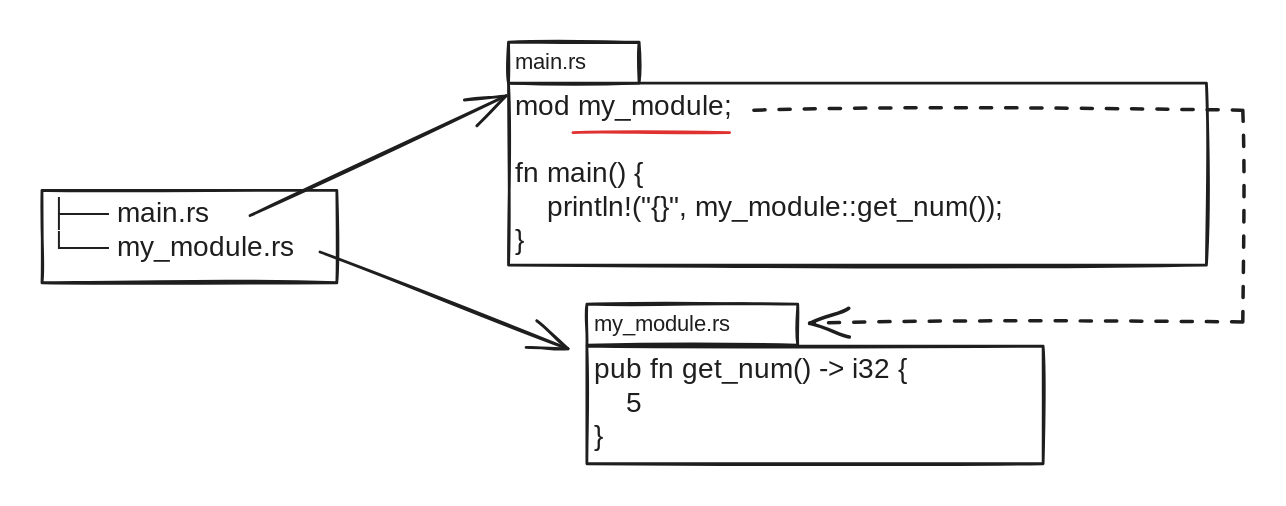
Before: .gitbook/assets/file.excalidraw (1).svg, a diagram exported from Excalidraw (snorochevskiy/inroll-into-rust). Source tidied: one line per element, renumbered; positions are measured from the earlier drawing's top-left corner, leaving out a move shared by most shapes. Source of this version:
```json
{"id": 0, "type": "rectangle", "strokeColor": "#1e1e1e", "strokeWidth": 2, "roughness": 1, "x": 0, "y": 106, "width": 211, "height": 66}
{"id": 1, "type": "text", "text": "├── main.rs\n└── my_module.rs", "strokeColor": "#1e1e1e", "strokeWidth": 2, "roughness": 1, "fontSize": 20, "fontFamily": 3, "inside": 0, "x": 5, "y": 111, "width": 188, "height": 48}
{"id": 2, "type": "rectangle", "strokeColor": "#1e1e1e", "strokeWidth": 2, "roughness": 1, "x": 333, "y": 29, "width": 499, "height": 130}
{"id": 3, "type": "text", "text": "mod my_module;\n\nfn main() {\n    println!(\"{}\", my_module::get_num());\n}", "strokeColor": "#1e1e1e", "strokeWidth": 2, "roughness": 1, "fontSize": 20, "fontFamily": 3, "inside": 2, "x": 338, "y": 34, "width": 483, "height": 120}
{"id": 4, "type": "rectangle", "strokeColor": "#1e1e1e", "strokeWidth": 2, "roughness": 1, "x": 389, "y": 217, "width": 326, "height": 84}
{"id": 5, "type": "text", "text": "pub fn get_num() -> i32 {\n    5\n}", "strokeColor": "#1e1e1e", "strokeWidth": 2, "roughness": 1, "fontSize": 20, "fontFamily": 3, "inside": 4, "x": 394, "y": 222, "width": 294, "height": 72}
{"id": 6, "type": "arrow", "strokeColor": "#1e1e1e", "strokeWidth": 2, "roughness": 1, "endArrowhead": "arrow", "to": 2, "x": 149, "y": 124, "width": 183, "height": 86, "points": [[0, 0], [183, -86]]}
{"id": 7, "type": "arrow", "strokeColor": "#1e1e1e", "strokeWidth": 2, "roughness": 1, "endArrowhead": "arrow", "to": 13, "x": 199, "y": 150, "width": 177, "height": 69, "points": [[0, 0], [177, 69]]}
{"id": 8, "type": "line", "strokeColor": "#e03131", "strokeWidth": 2, "roughness": 1, "x": 379, "y": 65, "width": 112, "height": 0, "points": [[0, 0], [112, 0]]}
{"id": 9, "type": "line", "strokeColor": "#1e1e1e", "strokeWidth": 2, "strokeStyle": "dashed", "roughness": 1, "x": 509, "y": 49, "width": 348, "height": 0, "points": [[0, 0], [348, 0]]}
{"id": 10, "type": "arrow", "strokeColor": "#1e1e1e", "strokeWidth": 2, "strokeStyle": "dashed", "roughness": 1, "endArrowhead": "arrow", "from": 2, "to": 13, "x": 858, "y": 49, "width": 310, "height": 152, "points": [[0, 0], [0, 151], [-310, 152]]}
{"id": 11, "type": "rectangle", "strokeColor": "#1e1e1e", "strokeWidth": 2, "roughness": 1, "x": 333, "y": 0, "width": 93, "height": 29}
{"id": 12, "type": "text", "text": "main.rs", "strokeColor": "#1e1e1e", "strokeWidth": 2, "roughness": 1, "fontSize": 16, "fontFamily": 3, "verticalAlign": "middle", "inside": 11, "x": 338, "y": 5, "width": 65, "height": 19}
{"id": 13, "type": "rectangle", "strokeColor": "#1e1e1e", "strokeWidth": 2, "roughness": 1, "x": 389, "y": 187, "width": 151, "height": 29}
{"id": 14, "type": "text", "text": "my_module.rs", "strokeColor": "#1e1e1e", "strokeWidth": 2, "roughness": 1, "fontSize": 16, "fontFamily": 3, "verticalAlign": "middle", "inside": 13, "x": 394, "y": 192, "width": 112, "height": 19}
```
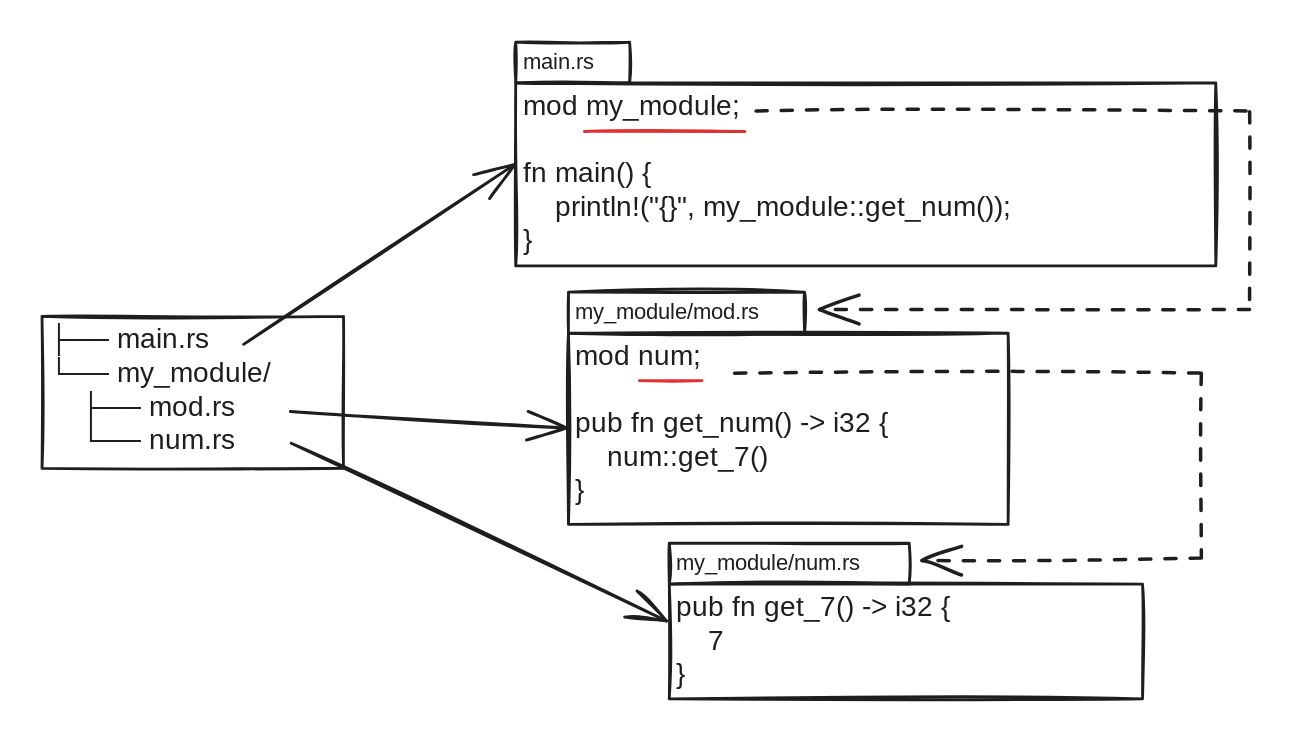
Later version of the same file.

What changed in the source:
```diff
@@ -1,15 +1,23 @@
-{"id": 0, "type": "rectangle", "strokeColor": "#1e1e1e", "strokeWidth": 2, "roughness": 1, "x": 0, "y": 106, "width": 211, "height": 66}
-{"id": 1, "type": "text", "text": "├── main.rs\n└── my_module.rs", "strokeColor": "#1e1e1e", "strokeWidth": 2, "roughness": 1, "fontSize": 20, "fontFamily": 3, "inside": 0, "x": 5, "y": 111, "width": 188, "height": 48}
-{"id": 2, "type": "rectangle", "strokeColor": "#1e1e1e", "strokeWidth": 2, "roughness": 1, "x": 333, "y": 29, "width": 499, "height": 130}
+{"id": 15, "type": "rectangle", "strokeColor": "#1e1e1e", "strokeWidth": 2, "roughness": 1, "x": -5, "y": 196, "width": 215, "height": 109}
+{"id": 16, "type": "text", "text": "├── main.rs\n└── my_module/\n    ├── mod.rs\n    └── num.rs", "strokeColor": "#1e1e1e", "strokeWidth": 2, "roughness": 1, "fontSize": 20, "fontFamily": 3, "inside": 15, "x": 0, "y": 201, "width": 165, "height": 96}
+{"id": 17, "type": "rectangle", "strokeColor": "#1e1e1e", "strokeWidth": 2, "roughness": 1, "x": 333, "y": 29, "width": 500, "height": 131}
-{"id": 3, "type": "text", "text": "mod my_module;\n\nfn main() {\n    println!(\"{}\", my_module::get_num());\n}", "strokeColor": "#1e1e1e", "strokeWidth": 2, "roughness": 1, "fontSize": 20, "fontFamily": 3, "inside": 2, "x": 338, "y": 34, "width": 483, "height": 120}
+{"id": 3, "type": "text", "text": "mod my_module;\n\nfn main() {\n    println!(\"{}\", my_module::get_num());\n}", "strokeColor": "#1e1e1e", "strokeWidth": 2, "roughness": 1, "fontSize": 20, "fontFamily": 3, "inside": 17, "x": 338, "y": 34, "width": 483, "height": 120}
-{"id": 4, "type": "rectangle", "strokeColor": "#1e1e1e", "strokeWidth": 2, "roughness": 1, "x": 389, "y": 217, "width": 326, "height": 84}
-{"id": 5, "type": "text", "text": "pub fn get_num() -> i32 {\n    5\n}", "strokeColor": "#1e1e1e", "strokeWidth": 2, "roughness": 1, "fontSize": 20, "fontFamily": 3, "inside": 4, "x": 394, "y": 222, "width": 294, "height": 72}
-{"id": 6, "type": "arrow", "strokeColor": "#1e1e1e", "strokeWidth": 2, "roughness": 1, "endArrowhead": "arrow", "to": 2, "x": 149, "y": 124, "width": 183, "height": 86, "points": [[0, 0], [183, -86]]}
-{"id": 7, "type": "arrow", "strokeColor": "#1e1e1e", "strokeWidth": 2, "roughness": 1, "endArrowhead": "arrow", "to": 13, "x": 199, "y": 150, "width": 177, "height": 69, "points": [[0, 0], [177, 69]]}
-{"id": 8, "type": "line", "strokeColor": "#e03131", "strokeWidth": 2, "roughness": 1, "x": 379, "y": 65, "width": 112, "height": 0, "points": [[0, 0], [112, 0]]}
-{"id": 9, "type": "line", "strokeColor": "#1e1e1e", "strokeWidth": 2, "strokeStyle": "dashed", "roughness": 1, "x": 509, "y": 49, "width": 348, "height": 0, "points": [[0, 0], [348, 0]]}
-{"id": 10, "type": "arrow", "strokeColor": "#1e1e1e", "strokeWidth": 2, "strokeStyle": "dashed", "roughness": 1, "endArrowhead": "arrow", "from": 2, "to": 13, "x": 858, "y": 49, "width": 310, "height": 152, "points": [[0, 0], [0, 151], [-310, 152]]}
-{"id": 11, "type": "rectangle", "strokeColor": "#1e1e1e", "strokeWidth": 2, "roughness": 1, "x": 333, "y": 0, "width": 93, "height": 29}
+{"id": 18, "type": "rectangle", "strokeColor": "#1e1e1e", "strokeWidth": 2, "roughness": 1, "x": 371, "y": 208, "width": 314, "height": 137}
+{"id": 19, "type": "text", "text": "mod num;\n\npub fn get_num() -> i32 {\n    num::get_7()\n}", "strokeColor": "#1e1e1e", "strokeWidth": 2, "roughness": 1, "fontSize": 20, "fontFamily": 3, "inside": 18, "x": 376, "y": 213, "width": 294, "height": 120}
+{"id": 20, "type": "rectangle", "strokeColor": "#1e1e1e", "strokeWidth": 2, "roughness": 1, "x": 443, "y": 387, "width": 338, "height": 82}
+{"id": 21, "type": "text", "text": "pub fn get_7() -> i32 {\n    7\n}", "strokeColor": "#1e1e1e", "strokeWidth": 2, "roughness": 1, "fontSize": 20, "fontFamily": 3, "inside": 20, "x": 448, "y": 392, "width": 271, "height": 72}
+{"id": 22, "type": "arrow", "strokeColor": "#1e1e1e", "strokeWidth": 2, "roughness": 1, "endArrowhead": "arrow", "to": 17, "x": 139, "y": 216, "width": 193, "height": 128, "points": [[0, 0], [193, -128]]}
+{"id": 23, "type": "arrow", "strokeColor": "#1e1e1e", "strokeWidth": 2, "roughness": 1, "endArrowhead": "arrow", "to": 18, "x": 172, "y": 264, "width": 197, "height": 12, "points": [[0, 0], [197, 12]]}
+{"id": 24, "type": "arrow", "strokeColor": "#1e1e1e", "strokeWidth": 2, "roughness": 1, "endArrowhead": "arrow", "to": 20, "x": 173, "y": 286, "width": 268, "height": 127, "points": [[0, 0], [268, 127]]}
+{"id": 25, "type": "line", "strokeColor": "#e03131", "strokeWidth": 2, "roughness": 1, "x": 382, "y": 64, "width": 115, "height": 0, "points": [[0, 0], [115, 0]]}
+{"id": 26, "type": "line", "strokeColor": "#e03131", "strokeWidth": 2, "roughness": 1, "x": 422, "y": 242, "width": 45, "height": 0, "points": [[0, 0], [45, 0]]}
+{"id": 27, "type": "line", "strokeColor": "#1e1e1e", "strokeWidth": 2, "strokeStyle": "dashed", "roughness": 1, "x": 505, "y": 49, "width": 351, "height": 0, "points": [[0, 0], [351, 0]]}
+{"id": 28, "type": "arrow", "strokeColor": "#1e1e1e", "strokeWidth": 2, "strokeStyle": "dashed", "roughness": 1, "endArrowhead": "arrow", "from": 17, "to": 32, "x": 857, "y": 50, "width": 307, "height": 141, "points": [[0, 0], [0, 141], [-307, 141]]}
+{"id": 29, "type": "line", "strokeColor": "#1e1e1e", "strokeWidth": 2, "strokeStyle": "dashed", "roughness": 1, "x": 490, "y": 236, "width": 337, "height": 0, "points": [[0, 0], [337, 0]]}
+{"id": 30, "type": "arrow", "strokeColor": "#1e1e1e", "strokeWidth": 2, "strokeStyle": "dashed", "roughness": 1, "endArrowhead": "arrow", "to": 34, "x": 823, "y": 236, "width": 199, "height": 134, "points": [[0, 0], [0, 132], [-199, 134]]}
+{"id": 31, "type": "rectangle", "strokeColor": "#1e1e1e", "strokeWidth": 2, "roughness": 1, "x": 333, "y": 0, "width": 81, "height": 29}
-{"id": 12, "type": "text", "text": "main.rs", "strokeColor": "#1e1e1e", "strokeWidth": 2, "roughness": 1, "fontSize": 16, "fontFamily": 3, "verticalAlign": "middle", "inside": 11, "x": 338, "y": 5, "width": 65, "height": 19}
+{"id": 12, "type": "text", "text": "main.rs", "strokeColor": "#1e1e1e", "strokeWidth": 2, "roughness": 1, "fontSize": 16, "fontFamily": 3, "verticalAlign": "middle", "inside": 31, "x": 338, "y": 5, "width": 65, "height": 19}
-{"id": 13, "type": "rectangle", "strokeColor": "#1e1e1e", "strokeWidth": 2, "roughness": 1, "x": 389, "y": 187, "width": 151, "height": 29}
-{"id": 14, "type": "text", "text": "my_module.rs", "strokeColor": "#1e1e1e", "strokeWidth": 2, "roughness": 1, "fontSize": 16, "fontFamily": 3, "verticalAlign": "middle", "inside": 13, "x": 394, "y": 192, "width": 112, "height": 19}
+{"id": 32, "type": "rectangle", "strokeColor": "#1e1e1e", "strokeWidth": 2, "roughness": 1, "x": 371, "y": 179, "width": 169, "height": 29}
+{"id": 33, "type": "text", "text": "my_module/mod.rs", "strokeColor": "#1e1e1e", "strokeWidth": 2, "roughness": 1, "fontSize": 16, "fontFamily": 3, "verticalAlign": "middle", "inside": 32, "x": 376, "y": 184, "width": 150, "height": 19}
+{"id": 34, "type": "rectangle", "strokeColor": "#1e1e1e", "strokeWidth": 2, "roughness": 1, "x": 443, "y": 358, "width": 171, "height": 29}
+{"id": 35, "type": "text", "text": "my_module/num.rs", "strokeColor": "#1e1e1e", "strokeWidth": 2, "roughness": 1, "fontSize": 16, "fontFamily": 3, "verticalAlign": "middle", "inside": 34, "x": 448, "y": 363, "width": 150, "height": 19}
```
